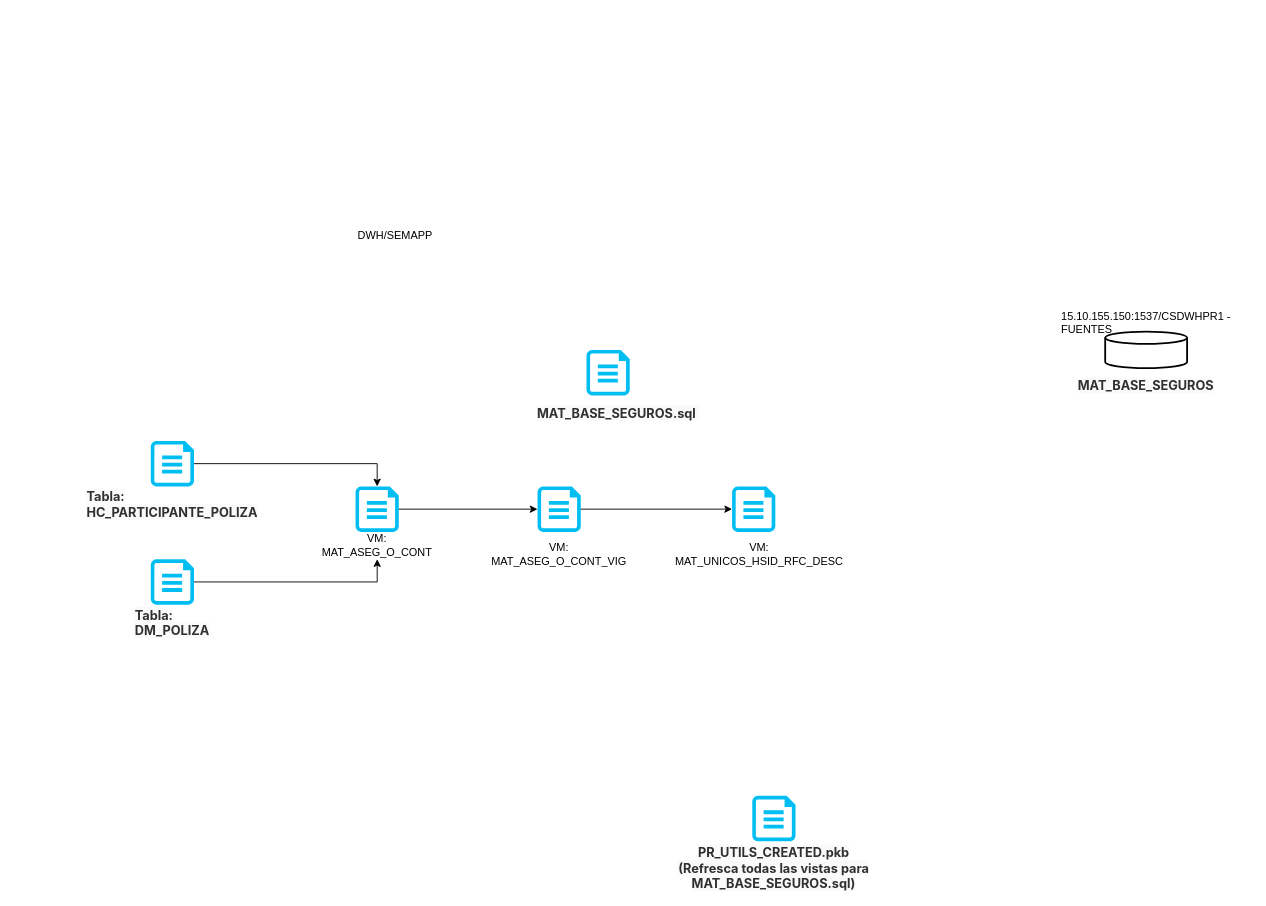
Above: Untitled Diagram.drawio in endoeca2/Diagramas (draw.io), before the change. Source tidied: cells renumbered, new cells numbered last; positions are measured from the earlier drawing's top-left corner, leaving out a move shared by most shapes. Both pictures are drawn from the tidied source at 91%, with x=0, y=0 at pixel (76, 222).
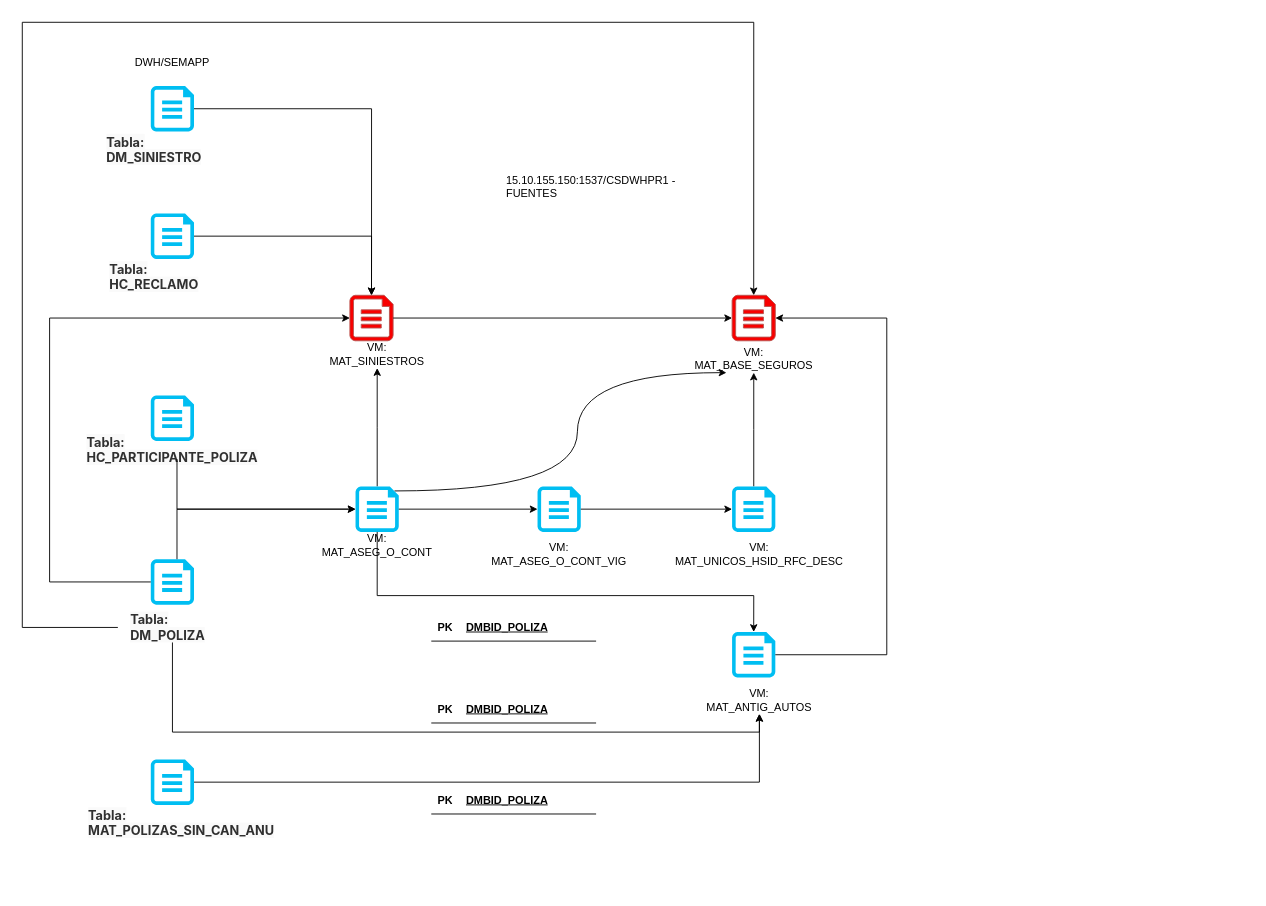
The same diagram, later.

The change refers to these unchanged cells:
```xml
<mxCell id="2" value="VM: MAT_ASEG_O_CONT" style="text;html=1;whiteSpace=wrap;strokeColor=none;fillColor=none;align=center;verticalAlign=middle;rounded=0;" parent="1" vertex="1">
  <mxGeometry x="300" y="340" width="60" height="30" as="geometry" />
</mxCell>
<mxCell id="14" style="verticalLabelPosition=bottom;html=1;verticalAlign=top;align=center;strokeColor=none;fillColor=#00BEF2;shape=mxgraph.azure.cloud_services_configuration_file;" parent="1" vertex="1">
  <mxGeometry x="81.2" y="370" width="47.5" height="50" as="geometry" />
</mxCell>
<mxCell id="17" style="verticalLabelPosition=bottom;html=1;verticalAlign=top;align=center;strokeColor=none;fillColor=#00BEF2;shape=mxgraph.azure.cloud_services_configuration_file;" parent="1" vertex="1">
  <mxGeometry x="306.2" y="290" width="47.5" height="50" as="geometry" />
</mxCell>
<mxCell id="22" style="verticalLabelPosition=bottom;html=1;verticalAlign=top;align=center;strokeColor=none;fillColor=#00BEF2;shape=mxgraph.azure.cloud_services_configuration_file;" parent="1" vertex="1">
  <mxGeometry x="720" y="290" width="47.5" height="50" as="geometry" />
</mxCell>
```

Change to the diagram source:
```diff
@@
     <mxCell id="3" value="DWH/SEMAPP" style="text;html=1;whiteSpace=wrap;strokeColor=none;fillColor=none;align=center;verticalAlign=middle;rounded=0;" parent="1" vertex="1">
-      <mxGeometry x="290" width="120" height="30" as="geometry" />
+      <mxGeometry x="45" y="-190" width="120" height="30" as="geometry" />
     </mxCell>
     <mxCell id="4" value="15.10.155.150:1537/CSDWHPR1 - FUENTES&#10;" style="text;whiteSpace=wrap;" parent="1" vertex="1">
-      <mxGeometry x="1080" y="90" width="210" height="40" as="geometry" />
+      <mxGeometry x="470" y="-60" width="210" height="40" as="geometry" />
     </mxCell>
-    <mxCell id="5" style="strokeWidth=2;html=1;shape=mxgraph.flowchart.database;whiteSpace=wrap;" parent="1" vertex="1">
-      <mxGeometry x="1130" y="120" width="90" height="40" as="geometry" />
-    </mxCell>
-    <mxCell id="6" style="verticalLabelPosition=bottom;html=1;verticalAlign=top;align=center;strokeColor=none;fillColor=#00BEF2;shape=mxgraph.azure.cloud_services_configuration_file;" parent="1" vertex="1">
-      <mxGeometry x="560" y="140" width="47.5" height="50" as="geometry" />
-    </mxCell>
-    <mxCell id="7" value="&lt;strong class=&quot;file-title-name gl-word-break-all&quot; style=&quot;box-sizing: border-box; font-weight: bold; word-break: break-all; color: rgb(48, 48, 48); font-family: -apple-system, BlinkMacSystemFont, &amp;quot;Segoe UI&amp;quot;, Roboto, &amp;quot;Noto Sans&amp;quot;, Ubuntu, Cantarell, &amp;quot;Helvetica Neue&amp;quot;, sans-serif, &amp;quot;Apple Color Emoji&amp;quot;, &amp;quot;Segoe UI Emoji&amp;quot;, &amp;quot;Segoe UI Symbol&amp;quot;, &amp;quot;Noto Color Emoji&amp;quot;; font-size: 14px; text-align: left; background-color: rgb(250, 250, 250);&quot;&gt;MAT_BASE_SEGUROS.sql&amp;nbsp;&lt;/strong&gt;" style="text;html=1;whiteSpace=wrap;strokeColor=none;fillColor=none;align=center;verticalAlign=middle;rounded=0;" parent="1" vertex="1">
-      <mxGeometry x="490" y="200" width="210" height="20" as="geometry" />
-    </mxCell>
-    <mxCell id="8" value="&lt;strong class=&quot;file-title-name gl-word-break-all&quot; style=&quot;box-sizing: border-box; font-weight: bold; word-break: break-all; color: rgb(48, 48, 48); font-family: -apple-system, BlinkMacSystemFont, &amp;quot;Segoe UI&amp;quot;, Roboto, &amp;quot;Noto Sans&amp;quot;, Ubuntu, Cantarell, &amp;quot;Helvetica Neue&amp;quot;, sans-serif, &amp;quot;Apple Color Emoji&amp;quot;, &amp;quot;Segoe UI Emoji&amp;quot;, &amp;quot;Segoe UI Symbol&amp;quot;, &amp;quot;Noto Color Emoji&amp;quot;; font-size: 14px; text-align: left; background-color: rgb(250, 250, 250);&quot;&gt;MAT_BASE_SEGUROS&lt;/strong&gt;" style="text;html=1;whiteSpace=wrap;strokeColor=none;fillColor=none;align=center;verticalAlign=middle;rounded=0;" parent="1" vertex="1">
-      <mxGeometry x="1070" y="170" width="210" height="20" as="geometry" />
-    </mxCell>
-    <mxCell id="9" style="verticalLabelPosition=bottom;html=1;verticalAlign=top;align=center;strokeColor=none;fillColor=#00BEF2;shape=mxgraph.azure.cloud_services_configuration_file;" parent="1" vertex="1">
-      <mxGeometry x="742.2" y="630" width="47.5" height="50" as="geometry" />
-    </mxCell>
-    <mxCell id="10" value="&lt;strong class=&quot;file-title-name gl-word-break-all&quot; style=&quot;box-sizing: border-box; font-weight: bold; word-break: break-all; color: rgb(48, 48, 48); font-family: -apple-system, BlinkMacSystemFont, &amp;quot;Segoe UI&amp;quot;, Roboto, &amp;quot;Noto Sans&amp;quot;, Ubuntu, Cantarell, &amp;quot;Helvetica Neue&amp;quot;, sans-serif, &amp;quot;Apple Color Emoji&amp;quot;, &amp;quot;Segoe UI Emoji&amp;quot;, &amp;quot;Segoe UI Symbol&amp;quot;, &amp;quot;Noto Color Emoji&amp;quot;; font-size: 14px; text-align: left; background-color: rgb(250, 250, 250);&quot;&gt;PR_UTILS_CREATED.pkb&lt;/strong&gt;&lt;div&gt;&lt;strong class=&quot;file-title-name gl-word-break-all&quot; style=&quot;box-sizing: border-box; font-weight: bold; word-break: break-all; color: rgb(48, 48, 48); font-family: -apple-system, BlinkMacSystemFont, &amp;quot;Segoe UI&amp;quot;, Roboto, &amp;quot;Noto Sans&amp;quot;, Ubuntu, Cantarell, &amp;quot;Helvetica Neue&amp;quot;, sans-serif, &amp;quot;Apple Color Emoji&amp;quot;, &amp;quot;Segoe UI Emoji&amp;quot;, &amp;quot;Segoe UI Symbol&amp;quot;, &amp;quot;Noto Color Emoji&amp;quot;; font-size: 14px; text-align: left; background-color: rgb(250, 250, 250);&quot;&gt;(Refresca todas las vistas para MAT_BASE_SEGUROS.sql)&lt;/strong&gt;&lt;/div&gt;" style="text;html=1;whiteSpace=wrap;strokeColor=none;fillColor=none;align=center;verticalAlign=middle;rounded=0;" parent="1" vertex="1">
-      <mxGeometry x="660" y="700" width="211.9" height="20" as="geometry" />
-    </mxCell>
     <mxCell id="11" style="verticalLabelPosition=bottom;html=1;verticalAlign=top;align=center;strokeColor=none;fillColor=#00BEF2;shape=mxgraph.azure.cloud_services_configuration_file;" parent="1" vertex="1">
-      <mxGeometry x="81.2" y="240" width="47.5" height="50" as="geometry" />
+      <mxGeometry x="81.2" y="190" width="47.5" height="50" as="geometry" />
     </mxCell>
     <mxCell id="12" value="&lt;div style=&quot;text-align: left;&quot;&gt;&lt;font color=&quot;#303030&quot; face=&quot;-apple-system, BlinkMacSystemFont, Segoe UI, Roboto, Noto Sans, Ubuntu, Cantarell, Helvetica Neue, sans-serif, Apple Color Emoji, Segoe UI Emoji, Segoe UI Symbol, Noto Color Emoji&quot;&gt;&lt;span style=&quot;font-size: 14px; background-color: rgb(250, 250, 250);&quot;&gt;&lt;b&gt;Tabla:&lt;/b&gt;&lt;/span&gt;&lt;/font&gt;&lt;/div&gt;&lt;div style=&quot;text-align: left;&quot;&gt;&lt;font color=&quot;#303030&quot; face=&quot;-apple-system, BlinkMacSystemFont, Segoe UI, Roboto, Noto Sans, Ubuntu, Cantarell, Helvetica Neue, sans-serif, Apple Color Emoji, Segoe UI Emoji, Segoe UI Symbol, Noto Color Emoji&quot;&gt;&lt;span style=&quot;font-size: 14px; background-color: rgb(250, 250, 250);&quot;&gt;&lt;b&gt;HC_PARTICIPANTE_POLIZA&lt;/b&gt;&lt;/span&gt;&lt;/font&gt;&lt;/div&gt;" style="text;html=1;whiteSpace=wrap;strokeColor=none;fillColor=none;align=center;verticalAlign=middle;rounded=0;" parent="1" vertex="1">
-      <mxGeometry y="300" width="210" height="20" as="geometry" />
+      <mxGeometry y="240" width="210" height="20" as="geometry" />
     </mxCell>
-    <mxCell id="13" style="edgeStyle=orthogonalEdgeStyle;rounded=0;jettySize=auto;html=1;entryX=0.5;entryY=1;entryDx=0;entryDy=0;" parent="1" edge="1" source="14" target="2">
-      <mxGeometry relative="1" as="geometry" />
-    </mxCell>
@@
+    <mxCell id="24" style="edgeStyle=orthogonalEdgeStyle;rounded=0;jettySize=auto;html=1;entryX=0.5;entryY=1;entryDx=0;entryDy=0;" parent="1" edge="1" source="15" target="28">
+      <mxGeometry relative="1" as="geometry">
+        <Array as="points">
+          <mxPoint x="105" y="560" />
+          <mxPoint x="750" y="560" />
+        </Array>
+      </mxGeometry>
+    </mxCell>
     <mxCell id="15" value="&lt;div style=&quot;text-align: left;&quot;&gt;&lt;font color=&quot;#303030&quot; face=&quot;-apple-system, BlinkMacSystemFont, Segoe UI, Roboto, Noto Sans, Ubuntu, Cantarell, Helvetica Neue, sans-serif, Apple Color Emoji, Segoe UI Emoji, Segoe UI Symbol, Noto Color Emoji&quot;&gt;&lt;span style=&quot;font-size: 14px; background-color: rgb(250, 250, 250);&quot;&gt;&lt;b&gt;Tabla:&lt;/b&gt;&lt;/span&gt;&lt;/font&gt;&lt;/div&gt;&lt;div style=&quot;text-align: left;&quot;&gt;&lt;font color=&quot;#303030&quot; face=&quot;-apple-system, BlinkMacSystemFont, Segoe UI, Roboto, Noto Sans, Ubuntu, Cantarell, Helvetica Neue, sans-serif, Apple Color Emoji, Segoe UI Emoji, Segoe UI Symbol, Noto Color Emoji&quot;&gt;&lt;span style=&quot;font-size: 14px; background-color: rgb(250, 250, 250);&quot;&gt;&lt;b&gt;DM_POLIZA&lt;/b&gt;&lt;/span&gt;&lt;/font&gt;&lt;/div&gt;" style="text;html=1;whiteSpace=wrap;strokeColor=none;fillColor=none;align=center;verticalAlign=middle;rounded=0;" parent="1" vertex="1">
-      <mxGeometry y="430" width="210" height="20" as="geometry" />
+      <mxGeometry x="45" y="435" width="110" height="20" as="geometry" />
     </mxCell>
-    <mxCell id="16" style="edgeStyle=orthogonalEdgeStyle;rounded=0;jettySize=auto;html=1;entryX=0.5;entryY=0;entryDx=0;entryDy=0;entryPerimeter=0;" parent="1" edge="1" source="11" target="17">
-      <mxGeometry relative="1" as="geometry" />
-    </mxCell>
+    <mxCell id="25" style="edgeStyle=orthogonalEdgeStyle;rounded=0;jettySize=auto;html=1;entryX=0.5;entryY=1;entryDx=0;entryDy=0;" parent="1" edge="1" source="17" target="47">
+      <mxGeometry relative="1" as="geometry" />
+    </mxCell>
+    <mxCell id="26" style="edgeStyle=orthogonalEdgeStyle;rounded=0;jettySize=auto;html=1;exitX=0.9;exitY=0.1;exitDx=0;exitDy=0;exitPerimeter=0;entryX=0;entryY=1;entryDx=0;entryDy=0;curved=1;" parent="1" edge="1" source="17" target="58">
+      <mxGeometry relative="1" as="geometry">
+        <Array as="points">
+          <mxPoint x="550" y="295" />
+          <mxPoint x="550" y="165" />
+        </Array>
+      </mxGeometry>
+    </mxCell>
@@
+    <mxCell id="27" style="edgeStyle=orthogonalEdgeStyle;rounded=0;jettySize=auto;html=1;" parent="1" edge="1" source="22" target="58">
+      <mxGeometry relative="1" as="geometry" />
+    </mxCell>
@@
+    <mxCell id="28" value="VM: MAT_ANTIG_AUTOS" style="text;html=1;whiteSpace=wrap;strokeColor=none;fillColor=none;align=center;verticalAlign=middle;rounded=0;" parent="1" vertex="1">
+      <mxGeometry x="720" y="510" width="60" height="30" as="geometry" />
+    </mxCell>
+    <mxCell id="29" style="verticalLabelPosition=bottom;html=1;verticalAlign=top;align=center;strokeColor=none;fillColor=#00BEF2;shape=mxgraph.azure.cloud_services_configuration_file;" parent="1" vertex="1">
+      <mxGeometry x="720" y="450" width="47.5" height="50" as="geometry" />
+    </mxCell>
+    <mxCell id="30" style="edgeStyle=orthogonalEdgeStyle;rounded=0;jettySize=auto;html=1;entryX=0.5;entryY=1;entryDx=0;entryDy=0;" parent="1" edge="1" source="31" target="28">
+      <mxGeometry relative="1" as="geometry" />
+    </mxCell>
+    <mxCell id="31" style="verticalLabelPosition=bottom;html=1;verticalAlign=top;align=center;strokeColor=none;fillColor=#00BEF2;shape=mxgraph.azure.cloud_services_configuration_file;" parent="1" vertex="1">
+      <mxGeometry x="81.2" y="590" width="47.5" height="50" as="geometry" />
+    </mxCell>
+    <mxCell id="32" value="&lt;div style=&quot;text-align: left;&quot;&gt;&lt;font color=&quot;#303030&quot; face=&quot;-apple-system, BlinkMacSystemFont, Segoe UI, Roboto, Noto Sans, Ubuntu, Cantarell, Helvetica Neue, sans-serif, Apple Color Emoji, Segoe UI Emoji, Segoe UI Symbol, Noto Color Emoji&quot;&gt;&lt;span style=&quot;font-size: 14px; background-color: rgb(250, 250, 250);&quot;&gt;&lt;b&gt;Tabla:&lt;/b&gt;&lt;/span&gt;&lt;/font&gt;&lt;/div&gt;&lt;div style=&quot;text-align: left;&quot;&gt;&lt;font color=&quot;#303030&quot; face=&quot;-apple-system, BlinkMacSystemFont, Segoe UI, Roboto, Noto Sans, Ubuntu, Cantarell, Helvetica Neue, sans-serif, Apple Color Emoji, Segoe UI Emoji, Segoe UI Symbol, Noto Color Emoji&quot;&gt;&lt;span style=&quot;font-size: 14px; background-color: rgb(250, 250, 250);&quot;&gt;&lt;b&gt;MAT_POLIZAS_SIN_CAN_ANU&lt;/b&gt;&lt;/span&gt;&lt;/font&gt;&lt;/div&gt;" style="text;html=1;whiteSpace=wrap;strokeColor=none;fillColor=none;align=center;verticalAlign=middle;rounded=0;" parent="1" vertex="1">
+      <mxGeometry x="10" y="650" width="210" height="20" as="geometry" />
+    </mxCell>
+    <mxCell id="33" style="shape=table;startSize=0;childLayout=tableLayout;rowLines=0;fontStyle=0;align=center;strokeColor=none;fillColor=none;" parent="1" vertex="1">
+      <mxGeometry x="390" y="520" width="180" height="30" as="geometry" />
+    </mxCell>
+    <mxCell id="34" style="shape=tableRow;horizontal=0;startSize=0;swimlaneHead=0;swimlaneBody=0;fillColor=none;top=0;left=0;right=0;bottom=1;" parent="33" vertex="1">
+      <mxGeometry width="180" height="30" as="geometry" />
+    </mxCell>
+    <mxCell id="35" value="PK" style="shape=partialRectangle;fillColor=none;top=0;left=0;bottom=0;right=0;fontStyle=1;overflow=hidden;whiteSpace=wrap;html=1;" parent="34" vertex="1">
+      <mxGeometry width="30" height="30" as="geometry" />
+    </mxCell>
+    <mxCell id="36" value="DMBID_POLIZA" style="shape=partialRectangle;fillColor=none;top=0;left=0;bottom=0;right=0;align=left;spacingLeft=6;fontStyle=5;overflow=hidden;whiteSpace=wrap;html=1;" parent="34" vertex="1">
+      <mxGeometry x="30" width="150" height="30" as="geometry" />
+    </mxCell>
+    <mxCell id="37" style="shape=table;startSize=0;childLayout=tableLayout;rowLines=0;fontStyle=0;align=center;strokeColor=none;fillColor=none;" parent="1" vertex="1">
+      <mxGeometry x="390" y="620" width="180" height="30" as="geometry" />
+    </mxCell>
+    <mxCell id="38" style="shape=tableRow;horizontal=0;startSize=0;swimlaneHead=0;swimlaneBody=0;fillColor=none;top=0;left=0;right=0;bottom=1;" parent="37" vertex="1">
+      <mxGeometry width="180" height="30" as="geometry" />
+    </mxCell>
+    <mxCell id="39" value="PK" style="shape=partialRectangle;fillColor=none;top=0;left=0;bottom=0;right=0;fontStyle=1;overflow=hidden;whiteSpace=wrap;html=1;" parent="38" vertex="1">
+      <mxGeometry width="30" height="30" as="geometry" />
+    </mxCell>
+    <mxCell id="40" value="DMBID_POLIZA" style="shape=partialRectangle;fillColor=none;top=0;left=0;bottom=0;right=0;align=left;spacingLeft=6;fontStyle=5;overflow=hidden;whiteSpace=wrap;html=1;" parent="38" vertex="1">
+      <mxGeometry x="30" width="150" height="30" as="geometry" />
+    </mxCell>
+    <mxCell id="41" style="shape=table;startSize=0;childLayout=tableLayout;rowLines=0;fontStyle=0;align=center;strokeColor=none;fillColor=none;" parent="1" vertex="1">
+      <mxGeometry x="390" y="430" width="180" height="30" as="geometry" />
+    </mxCell>
+    <mxCell id="42" style="shape=tableRow;horizontal=0;startSize=0;swimlaneHead=0;swimlaneBody=0;fillColor=none;top=0;left=0;right=0;bottom=1;" parent="41" vertex="1">
+      <mxGeometry width="180" height="30" as="geometry" />
+    </mxCell>
+    <mxCell id="43" value="PK" style="shape=partialRectangle;fillColor=none;top=0;left=0;bottom=0;right=0;fontStyle=1;overflow=hidden;whiteSpace=wrap;html=1;" parent="42" vertex="1">
+      <mxGeometry width="30" height="30" as="geometry" />
+    </mxCell>
+    <mxCell id="44" value="DMBID_POLIZA" style="shape=partialRectangle;fillColor=none;top=0;left=0;bottom=0;right=0;align=left;spacingLeft=6;fontStyle=5;overflow=hidden;whiteSpace=wrap;html=1;" parent="42" vertex="1">
+      <mxGeometry x="30" width="150" height="30" as="geometry" />
+    </mxCell>
+    <mxCell id="45" style="edgeStyle=orthogonalEdgeStyle;rounded=0;jettySize=auto;html=1;entryX=0.5;entryY=0;entryDx=0;entryDy=0;entryPerimeter=0;" parent="1" edge="1" source="17" target="29">
+      <mxGeometry relative="1" as="geometry">
+        <Array as="points">
+          <mxPoint x="330" y="410" />
+          <mxPoint x="744" y="410" />
+        </Array>
+      </mxGeometry>
+    </mxCell>
+    <mxCell id="46" style="verticalLabelPosition=bottom;html=1;verticalAlign=top;align=center;strokeColor=#b85450;fillColor=#F80000;shape=mxgraph.azure.cloud_services_configuration_file;" parent="1" vertex="1">
+      <mxGeometry x="300" y="80" width="47.5" height="50" as="geometry" />
+    </mxCell>
+    <mxCell id="47" value="VM: MAT_SINIESTROS" style="text;html=1;whiteSpace=wrap;strokeColor=none;fillColor=none;align=center;verticalAlign=middle;rounded=0;" parent="1" vertex="1">
+      <mxGeometry x="300" y="130" width="60" height="30" as="geometry" />
+    </mxCell>
+    <mxCell id="48" style="edgeStyle=orthogonalEdgeStyle;rounded=0;jettySize=auto;html=1;entryX=0;entryY=0.5;entryDx=0;entryDy=0;entryPerimeter=0;" parent="1" edge="1" source="14" target="17">
+      <mxGeometry relative="1" as="geometry">
+        <Array as="points">
+          <mxPoint x="110" y="315" />
+        </Array>
+      </mxGeometry>
+    </mxCell>
+    <mxCell id="49" style="edgeStyle=orthogonalEdgeStyle;rounded=0;jettySize=auto;html=1;entryX=0;entryY=0.5;entryDx=0;entryDy=0;entryPerimeter=0;" parent="1" edge="1" source="12" target="17">
+      <mxGeometry relative="1" as="geometry">
+        <Array as="points">
+          <mxPoint x="110" y="315" />
+        </Array>
+      </mxGeometry>
+    </mxCell>
+    <mxCell id="50" style="verticalLabelPosition=bottom;html=1;verticalAlign=top;align=center;strokeColor=none;fillColor=#00BEF2;shape=mxgraph.azure.cloud_services_configuration_file;" parent="1" vertex="1">
+      <mxGeometry x="81.2" y="-10" width="47.5" height="50" as="geometry" />
+    </mxCell>
+    <mxCell id="51" value="&lt;div style=&quot;text-align: left;&quot;&gt;&lt;font color=&quot;#303030&quot; face=&quot;-apple-system, BlinkMacSystemFont, Segoe UI, Roboto, Noto Sans, Ubuntu, Cantarell, Helvetica Neue, sans-serif, Apple Color Emoji, Segoe UI Emoji, Segoe UI Symbol, Noto Color Emoji&quot;&gt;&lt;span style=&quot;font-size: 14px; background-color: rgb(250, 250, 250);&quot;&gt;&lt;b&gt;Tabla:&lt;/b&gt;&lt;/span&gt;&lt;/font&gt;&lt;/div&gt;&lt;div style=&quot;text-align: left;&quot;&gt;&lt;font color=&quot;#303030&quot; face=&quot;-apple-system, BlinkMacSystemFont, Segoe UI, Roboto, Noto Sans, Ubuntu, Cantarell, Helvetica Neue, sans-serif, Apple Color Emoji, Segoe UI Emoji, Segoe UI Symbol, Noto Color Emoji&quot;&gt;&lt;span style=&quot;font-size: 14px; background-color: rgb(250, 250, 250);&quot;&gt;&lt;b&gt;HC_RECLAMO&lt;/b&gt;&lt;/span&gt;&lt;/font&gt;&lt;/div&gt;" style="text;html=1;whiteSpace=wrap;strokeColor=none;fillColor=none;align=center;verticalAlign=middle;rounded=0;" parent="1" vertex="1">
+      <mxGeometry x="-20" y="50" width="210" height="20" as="geometry" />
+    </mxCell>
+    <mxCell id="52" style="edgeStyle=orthogonalEdgeStyle;rounded=0;jettySize=auto;html=1;entryX=0;entryY=0.5;entryDx=0;entryDy=0;entryPerimeter=0;" parent="1" edge="1" source="14" target="46">
+      <mxGeometry relative="1" as="geometry">
+        <Array as="points">
+          <mxPoint x="-30" y="395" />
+          <mxPoint x="-30" y="105" />
+        </Array>
+      </mxGeometry>
+    </mxCell>
+    <mxCell id="53" style="edgeStyle=orthogonalEdgeStyle;rounded=0;jettySize=auto;html=1;entryX=0.5;entryY=0;entryDx=0;entryDy=0;entryPerimeter=0;" parent="1" edge="1" source="50" target="46">
+      <mxGeometry relative="1" as="geometry" />
+    </mxCell>
+    <mxCell id="54" style="verticalLabelPosition=bottom;html=1;verticalAlign=top;align=center;strokeColor=none;fillColor=#00BEF2;shape=mxgraph.azure.cloud_services_configuration_file;" parent="1" vertex="1">
+      <mxGeometry x="81.2" y="-150" width="47.5" height="50" as="geometry" />
+    </mxCell>
+    <mxCell id="55" value="&lt;div style=&quot;text-align: left;&quot;&gt;&lt;font color=&quot;#303030&quot; face=&quot;-apple-system, BlinkMacSystemFont, Segoe UI, Roboto, Noto Sans, Ubuntu, Cantarell, Helvetica Neue, sans-serif, Apple Color Emoji, Segoe UI Emoji, Segoe UI Symbol, Noto Color Emoji&quot;&gt;&lt;span style=&quot;font-size: 14px; background-color: rgb(250, 250, 250);&quot;&gt;&lt;b&gt;Tabla:&lt;/b&gt;&lt;/span&gt;&lt;/font&gt;&lt;/div&gt;&lt;div style=&quot;text-align: left;&quot;&gt;&lt;font color=&quot;#303030&quot; face=&quot;-apple-system, BlinkMacSystemFont, Segoe UI, Roboto, Noto Sans, Ubuntu, Cantarell, Helvetica Neue, sans-serif, Apple Color Emoji, Segoe UI Emoji, Segoe UI Symbol, Noto Color Emoji&quot;&gt;&lt;span style=&quot;font-size: 14px; background-color: rgb(250, 250, 250);&quot;&gt;&lt;b&gt;DM_SINIESTRO&lt;/b&gt;&lt;/span&gt;&lt;/font&gt;&lt;/div&gt;" style="text;html=1;whiteSpace=wrap;strokeColor=none;fillColor=none;align=center;verticalAlign=middle;rounded=0;" parent="1" vertex="1">
+      <mxGeometry x="-20" y="-90" width="210" height="20" as="geometry" />
+    </mxCell>
+    <mxCell id="56" style="edgeStyle=orthogonalEdgeStyle;rounded=0;jettySize=auto;html=1;entryX=0.5;entryY=0;entryDx=0;entryDy=0;entryPerimeter=0;" parent="1" edge="1" source="54" target="46">
+      <mxGeometry relative="1" as="geometry" />
+    </mxCell>
+    <mxCell id="57" style="verticalLabelPosition=bottom;html=1;verticalAlign=top;align=center;strokeColor=#b85450;fillColor=#F80000;shape=mxgraph.azure.cloud_services_configuration_file;" parent="1" vertex="1">
+      <mxGeometry x="720" y="80" width="47.5" height="50" as="geometry" />
+    </mxCell>
+    <mxCell id="58" value="VM: MAT_BASE_SEGUROS" style="text;html=1;whiteSpace=wrap;strokeColor=none;fillColor=none;align=center;verticalAlign=middle;rounded=0;" parent="1" vertex="1">
+      <mxGeometry x="713.8" y="135" width="60" height="30" as="geometry" />
+    </mxCell>
+    <mxCell id="59" style="edgeStyle=orthogonalEdgeStyle;rounded=0;jettySize=auto;html=1;entryX=0;entryY=0.5;entryDx=0;entryDy=0;entryPerimeter=0;" parent="1" edge="1" source="46" target="57">
+      <mxGeometry relative="1" as="geometry" />
+    </mxCell>
+    <mxCell id="60" style="edgeStyle=orthogonalEdgeStyle;rounded=0;jettySize=auto;html=1;entryX=1;entryY=0.5;entryDx=0;entryDy=0;entryPerimeter=0;" parent="1" edge="1" source="29" target="57">
+      <mxGeometry relative="1" as="geometry">
+        <Array as="points">
+          <mxPoint x="890" y="475" />
+          <mxPoint x="890" y="105" />
+        </Array>
+      </mxGeometry>
+    </mxCell>
+    <mxCell id="61" style="edgeStyle=orthogonalEdgeStyle;rounded=0;jettySize=auto;html=1;entryX=0.5;entryY=0;entryDx=0;entryDy=0;entryPerimeter=0;" parent="1" edge="1" source="15" target="57">
+      <mxGeometry relative="1" as="geometry">
+        <Array as="points">
+          <mxPoint x="-60" y="445" />
+          <mxPoint x="-60" y="-220" />
+          <mxPoint x="744" y="-220" />
+        </Array>
+      </mxGeometry>
+    </mxCell>
```
